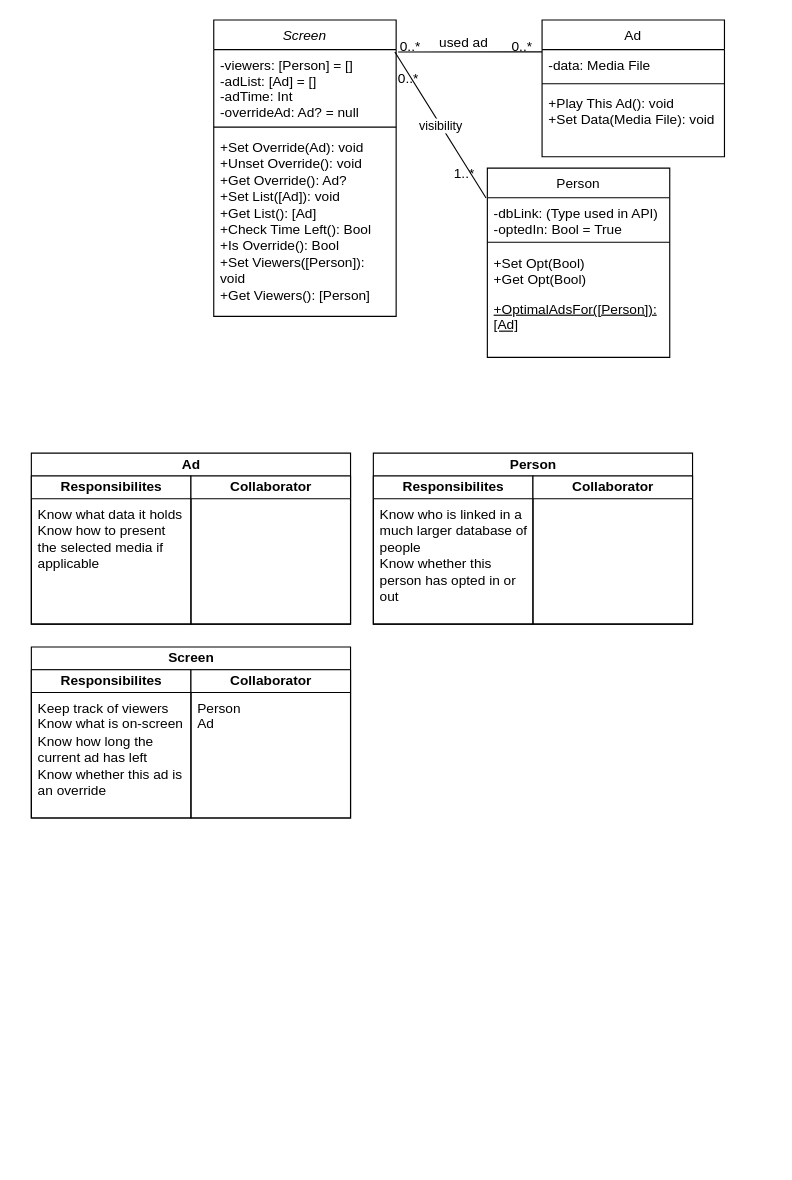
This is page "Page-1" (1 of 2) of class-diagram.drawio from pseud0n/sepp-diagrams, a draw.io file, before an edit. Source tidied: cells renumbered, new cells numbered last; positions are measured from the earlier drawing's top-left corner, leaving out a move shared by most shapes. Both pictures are drawn from the tidied source at 114%, with x=0, y=0 at pixel (31, 19).
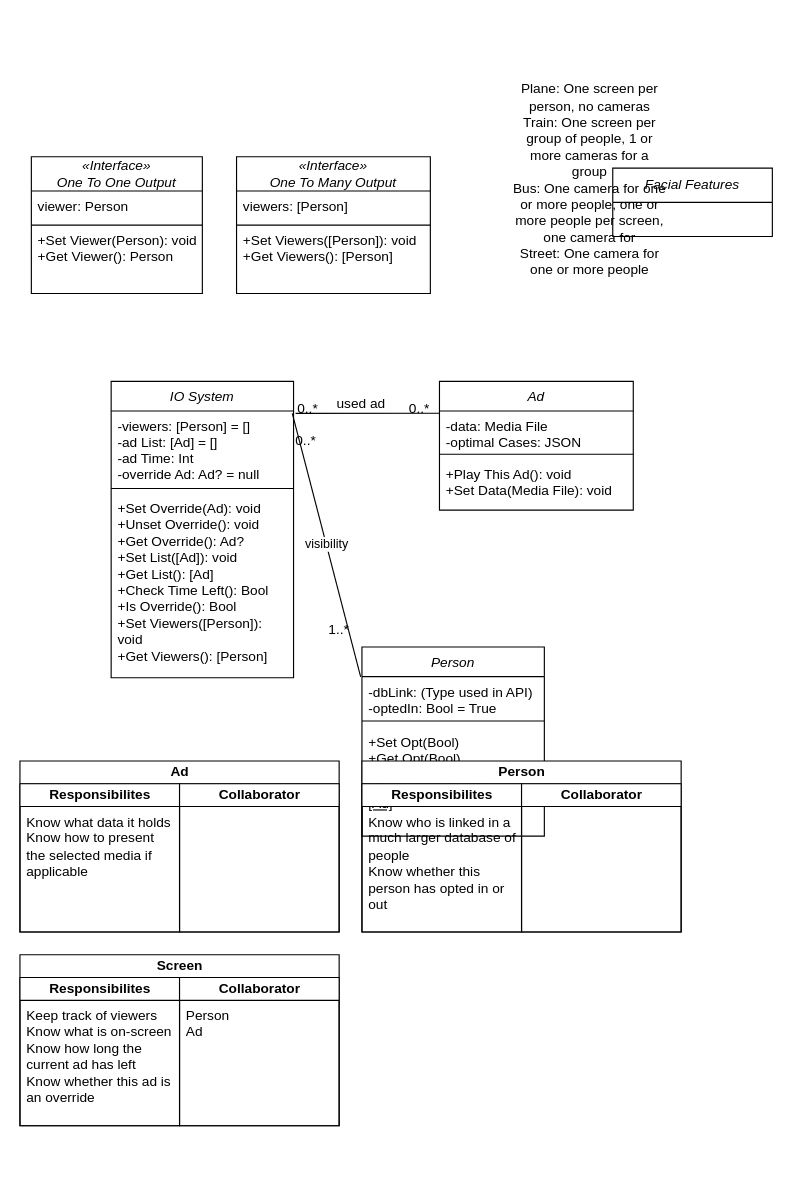
Above is the later version.

Diff of the diagram source:
```diff
@@
-    <mxCell id="2" value="Screen" style="swimlane;fontStyle=2;align=center;verticalAlign=top;horizontal=1;startSize=26;rounded=0;shadow=0;strokeWidth=1;" parent="1" vertex="1">
-      <mxGeometry x="160" width="160" height="260" as="geometry" />
+    <mxCell id="2" value="IO System" style="swimlane;fontStyle=2;align=center;verticalAlign=top;horizontal=1;startSize=26;rounded=0;shadow=0;strokeWidth=1;" parent="1" vertex="1">
+      <mxGeometry x="70" y="317" width="160" height="260" as="geometry" />
     </mxCell>
-    <mxCell id="3" value="-viewers: [Person] = []&#10;-adList: [Ad] = []&#10;-adTime: Int&#10;-overrideAd: Ad? = null&#10;" style="text;align=left;verticalAlign=top;spacingLeft=4;spacingRight=4;overflow=hidden;" parent="2" vertex="1">
+    <mxCell id="3" value="-viewers: [Person] = []&#10;-ad List: [Ad] = []&#10;-ad Time: Int&#10;-override Ad: Ad? = null&#10;" style="text;align=left;verticalAlign=top;spacingLeft=4;spacingRight=4;overflow=hidden;" parent="2" vertex="1">
       <mxGeometry y="26" width="160" height="64" as="geometry" />
     </mxCell>
@@
-    <mxCell id="5" value="+Set Override(Ad): void&lt;br&gt;&lt;div&gt;+Unset Override(): void&lt;/div&gt;&lt;div&gt;+Get Override(): Ad?&lt;br&gt;&lt;/div&gt;&lt;div&gt;+Set List([Ad]): void&lt;/div&gt;&lt;div&gt;+Get List(): [Ad]&lt;/div&gt;&lt;div&gt;+Check Time Left(): Bool&lt;/div&gt;&lt;div&gt;+Is Override(): Bool&lt;/div&gt;&lt;div&gt;+Set Viewers([Person]): void&lt;/div&gt;&lt;div&gt;+Get Viewers(): [Person]&lt;br&gt;&lt;/div&gt;" style="text;html=1;strokeColor=none;fillColor=none;align=left;verticalAlign=top;whiteSpace=wrap;rounded=0;spacingLeft=4;spacingRight=4;" parent="2" vertex="1">
+    <mxCell id="5" value="+Set Override(Ad): void&lt;br&gt;&lt;div&gt;+Unset Override(): void&lt;/div&gt;&lt;div&gt;+Get Override(): Ad?&lt;br&gt;&lt;/div&gt;&lt;div&gt;+Set List([Ad]): void&lt;/div&gt;&lt;div&gt;+Get List(): [Ad]&lt;/div&gt;&lt;div&gt;+Check Time Left(): Bool&lt;/div&gt;&lt;div&gt;+Is Override(): Bool&lt;/div&gt;&lt;div&gt;&lt;div&gt;+Set Viewers([Person]): void&lt;/div&gt;+Get Viewers(): [Person]&lt;/div&gt;" style="text;html=1;strokeColor=none;fillColor=none;align=left;verticalAlign=top;whiteSpace=wrap;rounded=0;spacingLeft=4;spacingRight=4;" parent="2" vertex="1">
       <mxGeometry y="98" width="160" height="162" as="geometry" />
     </mxCell>
-    <mxCell id="6" value="Ad" style="swimlane;fontStyle=0;align=center;verticalAlign=top;horizontal=1;startSize=26;rounded=0;shadow=0;strokeWidth=1;" parent="1" vertex="1">
-      <mxGeometry x="448" width="160" height="120" as="geometry" />
+    <mxCell id="6" value="Ad" style="swimlane;fontStyle=2;align=center;verticalAlign=top;horizontal=1;startSize=26;rounded=0;shadow=0;strokeWidth=1;" parent="1" vertex="1">
+      <mxGeometry x="358" y="317" width="170" height="113" as="geometry" />
     </mxCell>
-    <mxCell id="7" value="-data: Media File" style="text;align=left;verticalAlign=top;spacingLeft=4;spacingRight=4;overflow=hidden;" parent="6" vertex="1">
-      <mxGeometry y="26" width="160" height="26" as="geometry" />
+    <mxCell id="7" value="-data: Media File&#10;-optimal Cases: JSON&#10;" style="text;align=left;verticalAlign=top;spacingLeft=4;spacingRight=4;overflow=hidden;" parent="6" vertex="1">
+      <mxGeometry y="26" width="170" height="34" as="geometry" />
     </mxCell>
     <mxCell id="8" style="line;html=1;strokeWidth=1;align=left;verticalAlign=middle;spacingTop=-1;spacingLeft=3;spacingRight=3;labelPosition=right;" parent="6" vertex="1">
-      <mxGeometry y="52" width="160" height="8" as="geometry" />
+      <mxGeometry y="60" width="170" height="8" as="geometry" />
     </mxCell>
     <mxCell id="9" value="+Play This Ad(): void&#10;+Set Data(Media File): void&#10;" style="text;align=left;verticalAlign=top;spacingLeft=4;spacingRight=4;overflow=hidden;" parent="6" vertex="1">
-      <mxGeometry y="60" width="160" height="60" as="geometry" />
+      <mxGeometry y="68" width="170" height="42" as="geometry" />
     </mxCell>
@@
-    <mxCell id="14" value="Person" style="swimlane;fontStyle=0;align=center;verticalAlign=top;horizontal=1;startSize=26;rounded=0;shadow=0;strokeWidth=1;" parent="1" vertex="1">
-      <mxGeometry x="400" y="130" width="160" height="166" as="geometry" />
+    <mxCell id="14" value="Person" style="swimlane;fontStyle=2;align=center;verticalAlign=top;horizontal=1;startSize=26;rounded=0;shadow=0;strokeWidth=1;" parent="1" vertex="1">
+      <mxGeometry x="290" y="550" width="160" height="166" as="geometry" />
     </mxCell>
@@
     <mxCell id="20" value="0..*" style="align=left;verticalAlign=bottom;labelBackgroundColor=none;fontSize=12;" parent="1" vertex="1">
-      <mxGeometry x="320" y="60" as="geometry" />
+      <mxGeometry x="230" y="377" as="geometry" />
     </mxCell>
     <mxCell id="21" value="1..*" style="text;html=1;strokeColor=none;fillColor=none;align=center;verticalAlign=middle;whiteSpace=wrap;rounded=0;" parent="1" vertex="1">
-      <mxGeometry x="370" y="120" width="20" height="30" as="geometry" />
+      <mxGeometry x="260" y="520" width="20" height="30" as="geometry" />
     </mxCell>
     <mxCell id="22" value="Ad" style="swimlane;startSize=20;html=1;" parent="1" vertex="1">
-      <mxGeometry y="380" width="280" height="150" as="geometry" />
+      <mxGeometry x="-10" y="650" width="280" height="150" as="geometry" />
     </mxCell>
@@
     <mxCell id="25" value="&lt;div&gt;Know what data it holds&lt;/div&gt;&lt;div&gt;Know how to present the selected media if applicable&lt;br&gt;&lt;/div&gt;" style="text;html=1;strokeColor=none;fillColor=none;align=left;verticalAlign=top;whiteSpace=wrap;rounded=0;spacingLeft=4;spacingRight=4;" parent="1" vertex="1">
-      <mxGeometry y="420" width="140" height="110" as="geometry" />
+      <mxGeometry x="-10" y="690" width="140" height="110" as="geometry" />
     </mxCell>
     <mxCell id="26" value="Person" style="swimlane;startSize=20;html=1;" parent="1" vertex="1">
-      <mxGeometry x="300" y="380" width="280" height="150" as="geometry" />
+      <mxGeometry x="290" y="650" width="280" height="150" as="geometry" />
     </mxCell>
@@
     <mxCell id="30" value="Screen" style="swimlane;startSize=20;html=1;" parent="1" vertex="1">
-      <mxGeometry y="550" width="280" height="150" as="geometry" />
+      <mxGeometry x="-10" y="820" width="280" height="150" as="geometry" />
     </mxCell>
@@
     <mxCell id="34" value="&lt;div&gt;Keep track of viewers&lt;/div&gt;&lt;div&gt;Know what is on-screen&lt;/div&gt;&lt;div&gt;Know how long the current ad has left&lt;/div&gt;&lt;div&gt;Know whether this ad is an override&lt;br&gt;&lt;/div&gt;" style="text;html=1;strokeColor=none;fillColor=none;align=left;verticalAlign=top;whiteSpace=wrap;rounded=0;spacingLeft=4;spacingRight=4;" parent="1" vertex="1">
-      <mxGeometry y="590" width="140" height="140" as="geometry" />
+      <mxGeometry x="-10" y="860" width="140" height="140" as="geometry" />
     </mxCell>
+    <mxCell id="35" value="«Interface»&lt;br&gt;&lt;div&gt;One To One Output&lt;br&gt;&lt;/div&gt;" style="swimlane;fontStyle=2;horizontal=1;startSize=30;whiteSpace=wrap;html=1;" parent="1" vertex="1">
+      <mxGeometry y="120" width="150" height="120" as="geometry" />
+    </mxCell>
+    <mxCell id="36" value="&lt;div&gt;viewer: Person&lt;/div&gt;&lt;div&gt;&lt;br&gt;&lt;/div&gt;" style="text;html=1;strokeColor=none;fillColor=none;align=left;verticalAlign=top;whiteSpace=wrap;rounded=0;spacingLeft=4;spacingRight=4;" parent="35" vertex="1">
+      <mxGeometry y="30" width="150" height="30" as="geometry" />
+    </mxCell>
+    <mxCell id="37" value="&lt;div&gt;&lt;div&gt;+Set Viewer(Person): void&lt;/div&gt;+Get Viewer(): Person&lt;/div&gt;" style="text;html=1;strokeColor=none;fillColor=none;align=left;verticalAlign=top;whiteSpace=wrap;rounded=0;fontFamily=Helvetica;fontSize=12;fontColor=default;spacingLeft=4;spacingRight=4;" parent="35" vertex="1">
+      <mxGeometry y="60" width="150" height="60" as="geometry" />
+    </mxCell>
+    <mxCell id="38" style="endArrow=none;html=1;rounded=0;fontFamily=Helvetica;fontSize=12;fontColor=default;exitX=0;exitY=1;exitDx=0;exitDy=0;entryX=1;entryY=1;entryDx=0;entryDy=0;" parent="35" edge="1" source="36" target="36">
+      <mxGeometry relative="1" as="geometry" />
+    </mxCell>
+    <mxCell id="39" value="Facial Features" style="swimlane;fontStyle=2;horizontal=1;startSize=30;whiteSpace=wrap;html=1;" parent="1" vertex="1">
+      <mxGeometry x="510" y="130" width="140" height="60" as="geometry" />
+    </mxCell>
+    <mxCell id="40" value="&lt;div&gt;Plane: One screen per person, no cameras&lt;/div&gt;&lt;div&gt;Train: One screen per group of people, 1 or more cameras for a group&lt;/div&gt;&lt;div&gt;Bus: One camera for one or more people, one or more people per screen, one camera for &lt;br&gt;&lt;/div&gt;&lt;div&gt;Street: One camera for one or more people&lt;br&gt;&lt;/div&gt;" style="text;html=1;strokeColor=none;fillColor=none;align=center;verticalAlign=middle;whiteSpace=wrap;rounded=0;" parent="1" vertex="1">
+      <mxGeometry x="420" y="60" width="140" height="160" as="geometry" />
+    </mxCell>
+    <mxCell id="41" value="«Interface»&lt;br&gt;&lt;div&gt;One To Many Output&lt;br&gt;&lt;/div&gt;" style="swimlane;fontStyle=2;horizontal=1;startSize=30;whiteSpace=wrap;html=1;" parent="1" vertex="1">
+      <mxGeometry x="180" y="120" width="170" height="120" as="geometry" />
+    </mxCell>
+    <mxCell id="42" value="&lt;div&gt;viewers: [Person]&lt;/div&gt;&lt;div&gt;&lt;br&gt;&lt;/div&gt;" style="text;html=1;strokeColor=none;fillColor=none;align=left;verticalAlign=top;whiteSpace=wrap;rounded=0;spacingLeft=4;spacingRight=4;" parent="41" vertex="1">
+      <mxGeometry y="30" width="170" height="30" as="geometry" />
+    </mxCell>
+    <mxCell id="43" value="&lt;div&gt;&lt;div&gt;+Set Viewers([Person]): void&lt;/div&gt;+Get Viewers(): [Person]&lt;/div&gt;" style="text;html=1;strokeColor=none;fillColor=none;align=left;verticalAlign=top;whiteSpace=wrap;rounded=0;fontFamily=Helvetica;fontSize=12;fontColor=default;spacingLeft=4;spacingRight=4;" parent="41" vertex="1">
+      <mxGeometry y="60" width="170" height="60" as="geometry" />
+    </mxCell>
+    <mxCell id="44" style="endArrow=none;html=1;rounded=0;fontFamily=Helvetica;fontSize=12;fontColor=default;exitX=0;exitY=1;exitDx=0;exitDy=0;entryX=1;entryY=1;entryDx=0;entryDy=0;" parent="41" edge="1" source="42" target="42">
+      <mxGeometry relative="1" as="geometry" />
+    </mxCell>
```
